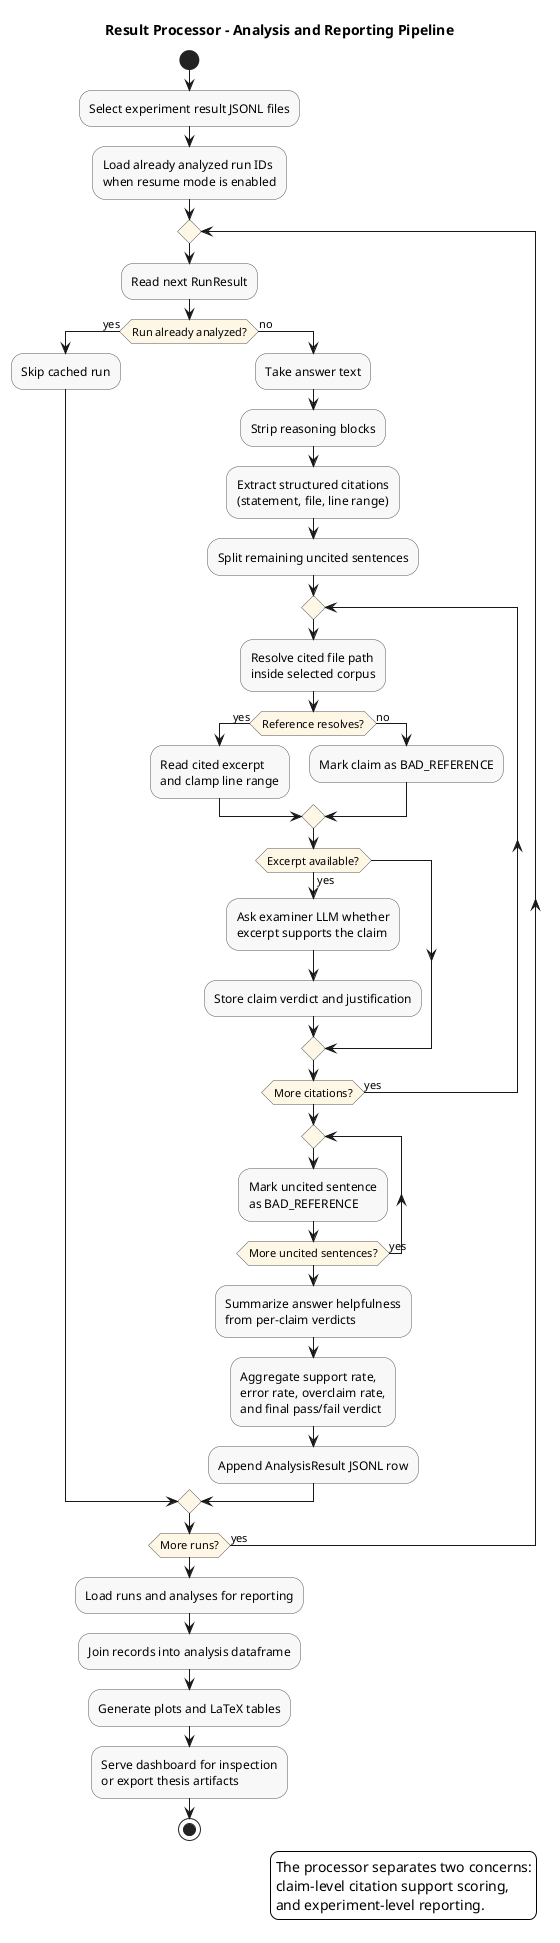
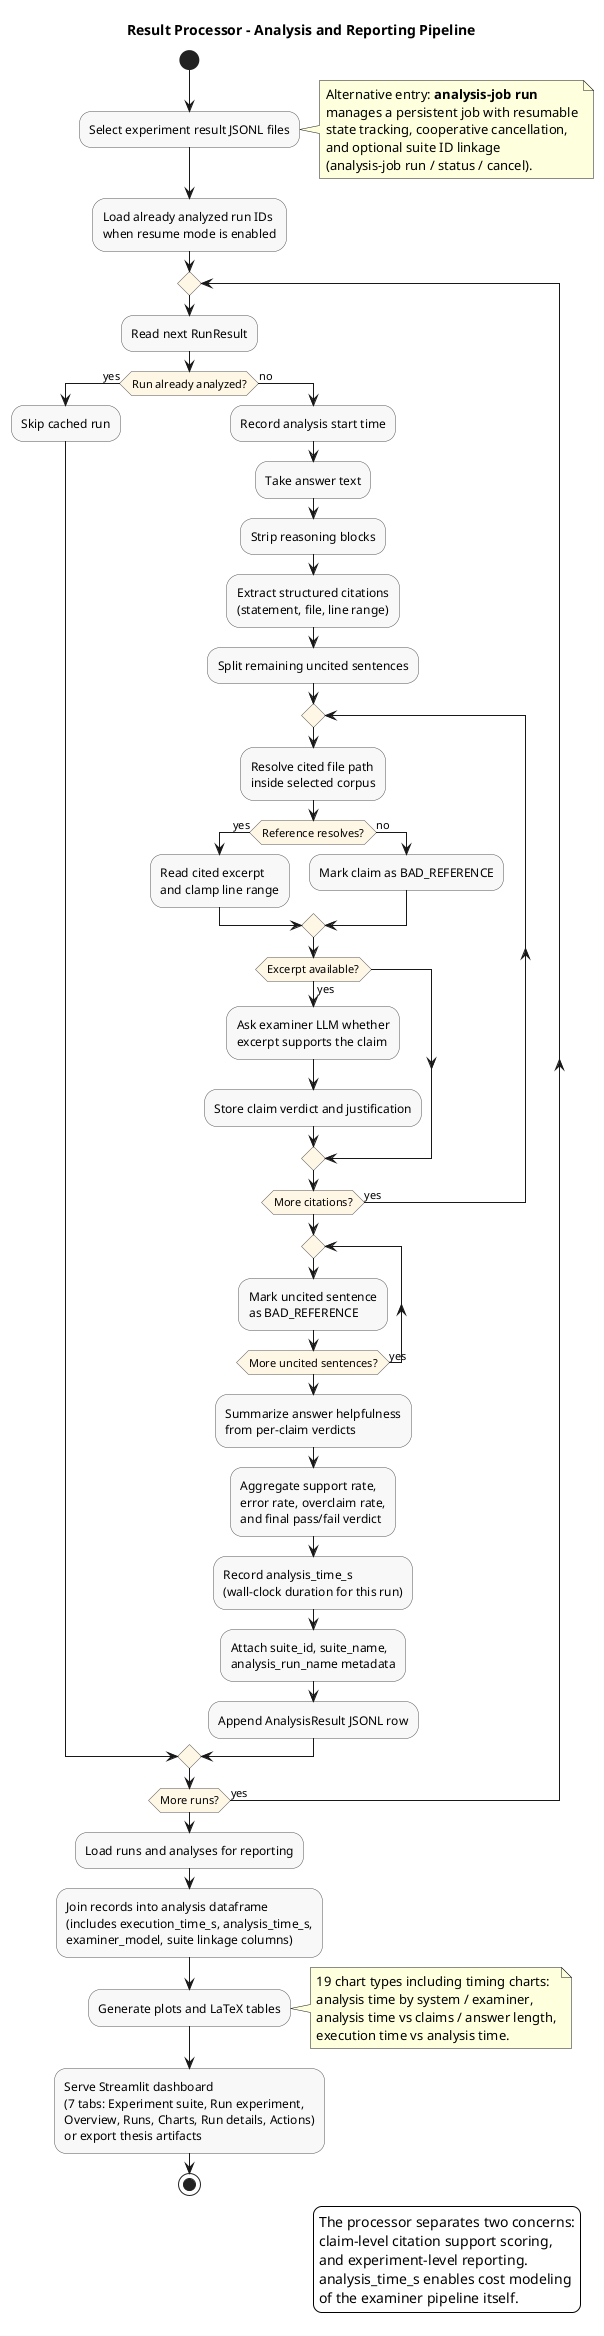
@startuml
title Result Processor - Analysis and Reporting Pipeline

skinparam backgroundColor white
skinparam shadowing false
skinparam defaultFontName Arial
skinparam activity {
  BackgroundColor #F8F8F8
  BorderColor #555555
  DiamondBackgroundColor #FFF7E6
  DiamondBorderColor #555555
}

start

:Select experiment result JSONL files;
+ 
+ note right
+   Alternative entry: **analysis-job run**
+   manages a persistent job with resumable
+   state tracking, cooperative cancellation,
+   and optional suite ID linkage
+   (analysis-job run / status / cancel).
+ end note
+ 
:Load already analyzed run IDs\nwhen resume mode is enabled;

repeat
  :Read next RunResult;

  if (Run already analyzed?) then (yes)
    :Skip cached run;
  else (no)
+     :Record analysis start time;
    :Take answer text;
    :Strip reasoning blocks;
    :Extract structured citations\n(statement, file, line range);
    :Split remaining uncited sentences;

    repeat
      :Resolve cited file path\ninside selected corpus;
      if (Reference resolves?) then (yes)
        :Read cited excerpt\nand clamp line range;
      else (no)
        :Mark claim as BAD_REFERENCE;
      endif

      if (Excerpt available?) then (yes)
        :Ask examiner LLM whether\nexcerpt supports the claim;
        :Store claim verdict and justification;
      endif
    repeat while (More citations?) is (yes)

    repeat
      :Mark uncited sentence\nas BAD_REFERENCE;
    repeat while (More uncited sentences?) is (yes)

    :Summarize answer helpfulness\nfrom per-claim verdicts;
    :Aggregate support rate,\nerror rate, overclaim rate,\nand final pass/fail verdict;
+     :Record analysis_time_s\n(wall-clock duration for this run);
+     :Attach suite_id, suite_name,\nanalysis_run_name metadata;
    :Append AnalysisResult JSONL row;
  endif
repeat while (More runs?) is (yes)

:Load runs and analyses for reporting;
- :Join records into analysis dataframe;
+ :Join records into analysis dataframe\n(includes execution_time_s, analysis_time_s,\nexaminer_model, suite linkage columns);
:Generate plots and LaTeX tables;
- :Serve dashboard for inspection\nor export thesis artifacts;
+ 
+ note right
+   19 chart types including timing charts:
+   analysis time by system / examiner,
+   analysis time vs claims / answer length,
+   execution time vs analysis time.
+ end note
+ 
+ :Serve Streamlit dashboard\n(7 tabs: Experiment suite, Run experiment,\nOverview, Runs, Charts, Run details, Actions)\nor export thesis artifacts;

stop

legend right
  The processor separates two concerns:
  claim-level citation support scoring,
  and experiment-level reporting.
+   analysis_time_s enables cost modeling
+   of the examiner pipeline itself.
endlegend

@enduml
